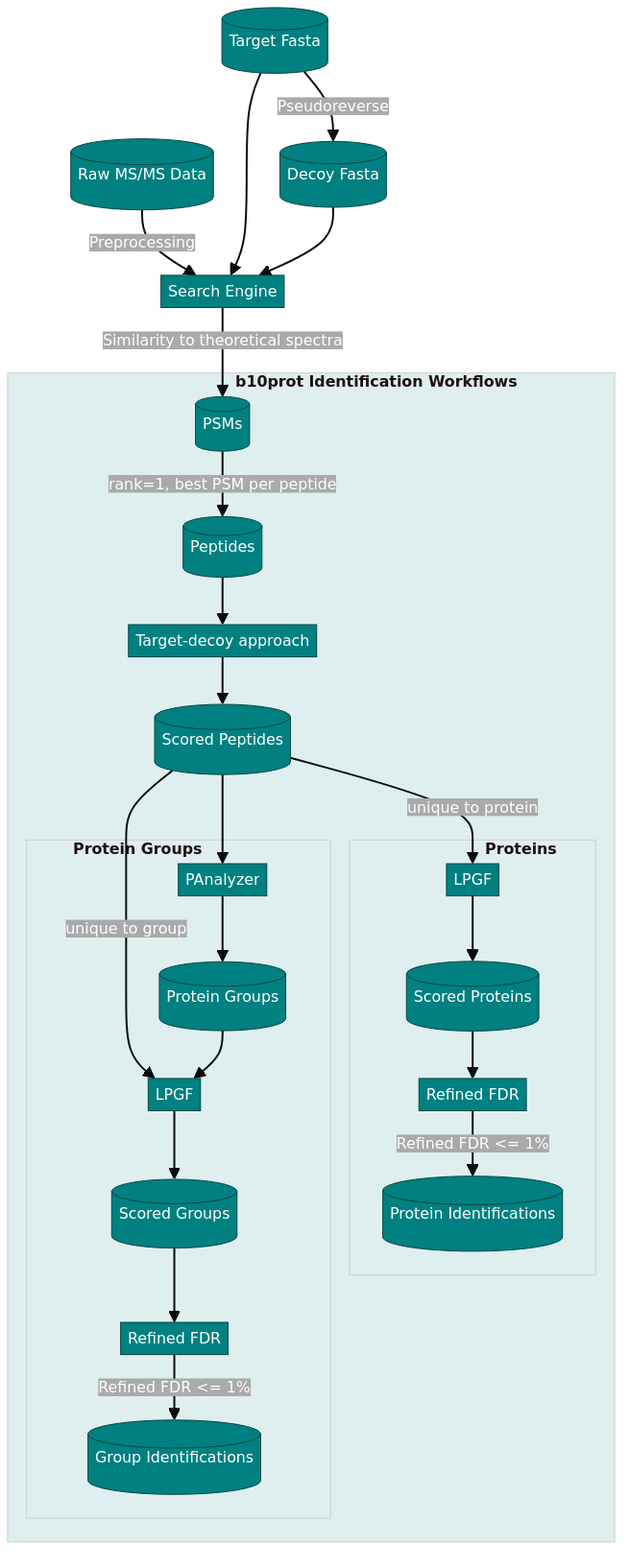
The Mermaid diagram posters/SEBiBC-2024/workflow.png in akrogp/b10prot, before a commit. Its source is kept beside it as posters/SEBiBC-2024/workflow.mmd.
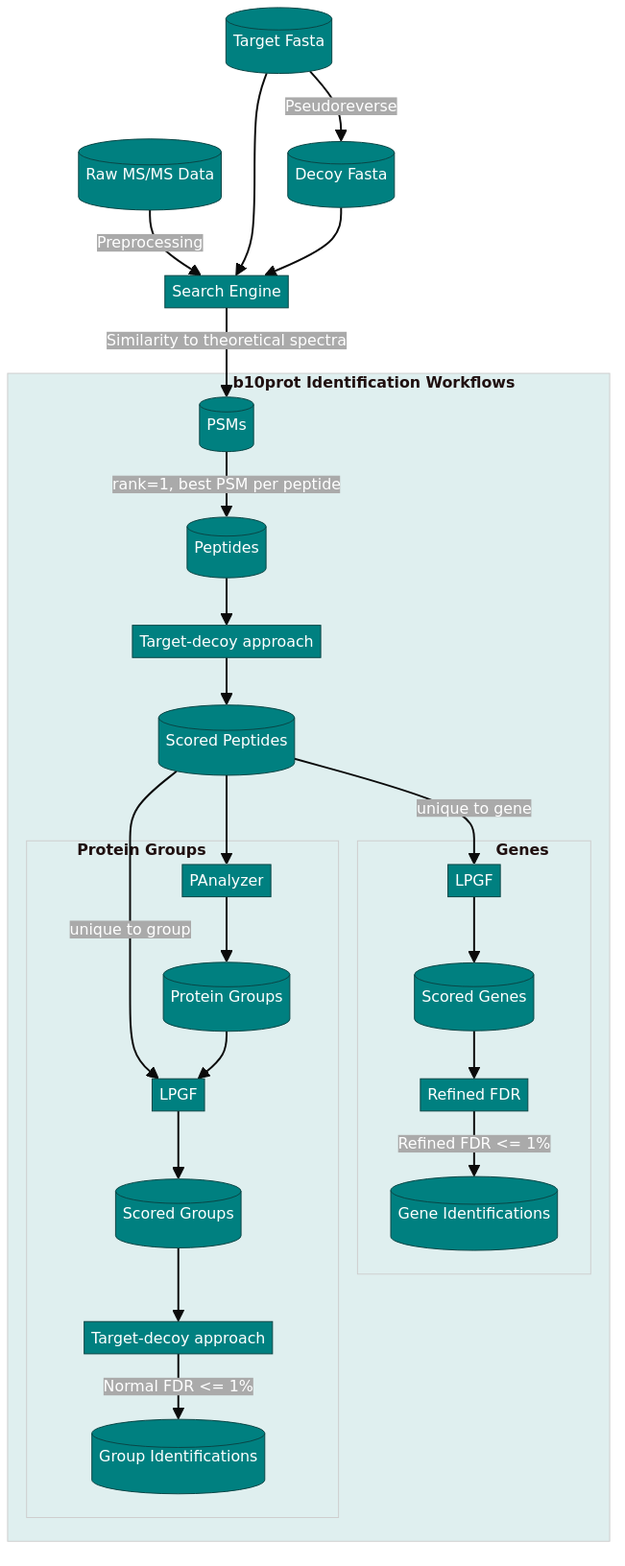
The same file after the commit.

Commit message:
Updated FDRr to TDA in the case of protein groups

Change to the diagram source:
```diff
@@ -10,20 +10,20 @@
         Peptides --> TDA[Target-decoy approach]
         TDA --> LP[(Scored Peptides)]
         LP --> PAnalyzer
-        LP -->|unique to protein| LPQ[LPGF]
+        LP -->|unique to gene| LPQ[LPGF]
         LP -->|unique to group| LPG[LPGF]
 
         subgraph "<b>Protein Groups</b>&nbsp;&nbsp;&nbsp;&nbsp;&nbsp;&nbsp;&nbsp;&nbsp;&nbsp;&nbsp;&nbsp;&nbsp;&nbsp;&nbsp;&nbsp;&nbsp;&nbsp;"
             PAnalyzer --> Groups[(Protein Groups)]
             Groups --> LPG
             LPG --> GScores[(Scored Groups)]
-            GScores --> FDRG[Refined FDR]
-            FDRG -->|Refined FDR <= 1%| IDG[(Group Identifications)]
+            GScores --> FDRG[Target-decoy approach]
+            FDRG -->|Normal FDR <= 1%| IDG[(Group Identifications)]
         end
 
-        subgraph "&nbsp;&nbsp;&nbsp;&nbsp;&nbsp;&nbsp;&nbsp;&nbsp;&nbsp;&nbsp;&nbsp;&nbsp;&nbsp;&nbsp;&nbsp;&nbsp;&nbsp;&nbsp;&nbsp;&nbsp;<b>Proteins</b>"
-            LPQ --> QScores[(Scored Proteins)]
+        subgraph "&nbsp;&nbsp;&nbsp;&nbsp;&nbsp;&nbsp;&nbsp;&nbsp;&nbsp;&nbsp;&nbsp;&nbsp;&nbsp;&nbsp;&nbsp;&nbsp;&nbsp;&nbsp;&nbsp;&nbsp;<b>Genes</b>"
+            LPQ --> QScores[(Scored Genes)]
             QScores --> FDRQ[Refined FDR]
-            FDRQ -->|Refined FDR <= 1%| IDQ[(Protein Identifications)]
+            FDRQ -->|Refined FDR <= 1%| IDQ[(Gene Identifications)]
         end
     end
```
